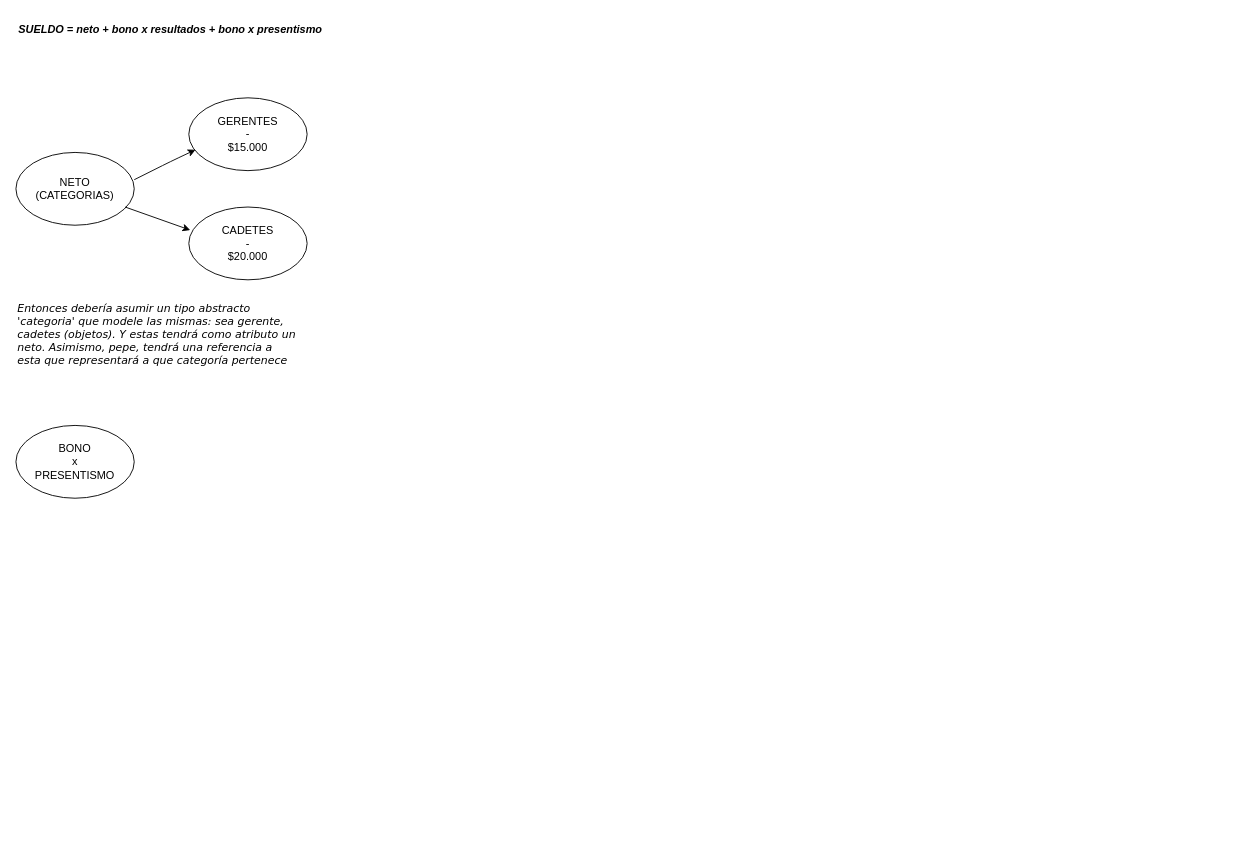
The draw.io diagram sratchpad.drawio in obj1unq/2025c2s2-sueldo-de-pepe-Mastzz, before the edit. Source tidied: cells renumbered, new cells numbered last; positions are measured from the earlier drawing's top-left corner, leaving out a move shared by most shapes. Both pictures are drawn from the tidied source at 91%, with x=0, y=0 at pixel (15, 15).
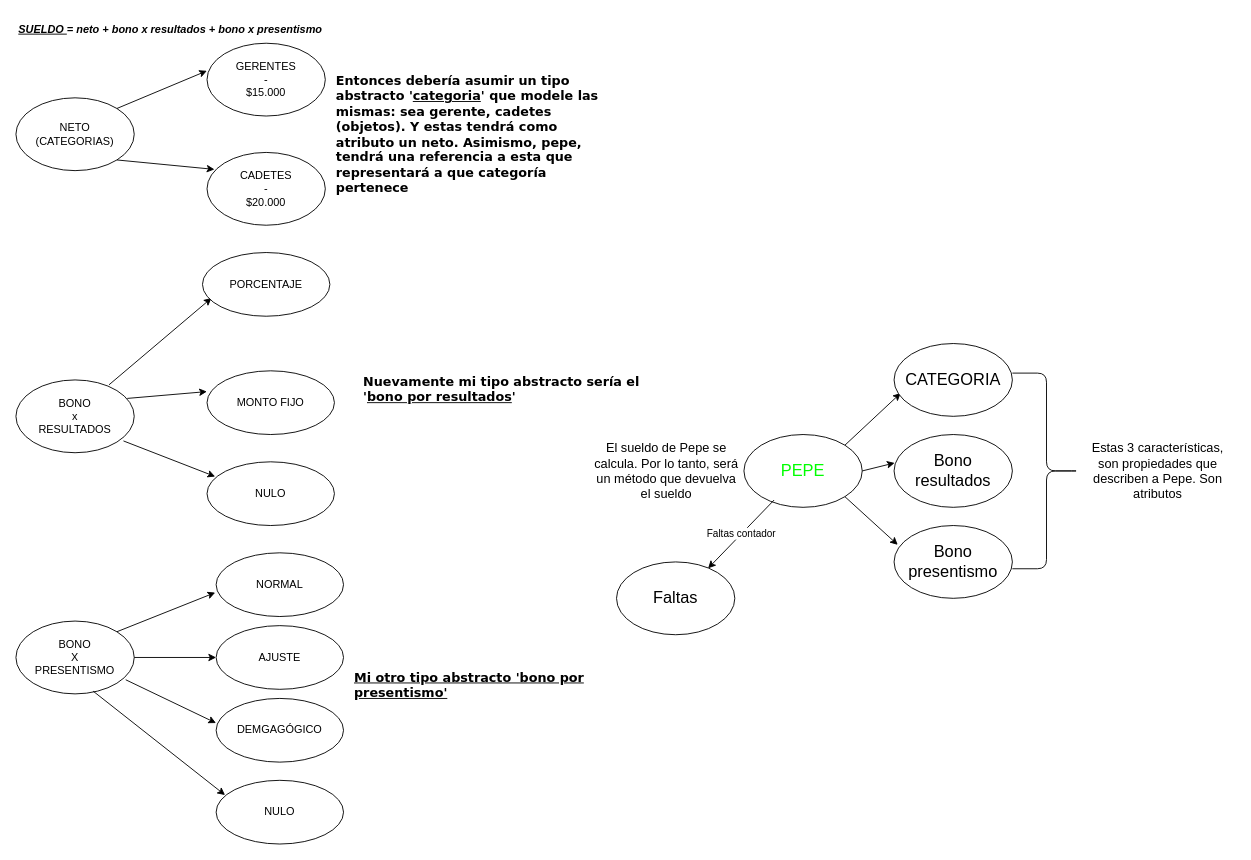
After the change.

Diff of the diagram source:
```diff
@@
-    <mxCell id="2" value="SUELDO = &lt;font style=&quot;color: light-dark(rgb(0, 0, 0), rgb(255, 51, 51));&quot;&gt;neto &lt;/font&gt;+ &lt;font style=&quot;&quot;&gt;&lt;font style=&quot;color: light-dark(rgb(0, 0, 0), rgb(0, 255, 0));&quot;&gt;bono &lt;/font&gt;&lt;font style=&quot;&quot;&gt;&lt;font style=&quot;color: light-dark(rgb(0, 0, 0), rgb(0, 255, 0));&quot;&gt;x&lt;/font&gt; &lt;/font&gt;&lt;/font&gt;&lt;font&gt;&lt;font style=&quot;color: light-dark(rgb(0, 0, 0), rgb(0, 255, 0));&quot;&gt;resultados&lt;/font&gt; &lt;/font&gt;+ bono x presentismo" style="text;align=center;html=1;verticalAlign=middle;whiteSpace=wrap;rounded=0;fontStyle=3;" parent="1" vertex="1">
+    <mxCell id="2" value="&lt;u&gt;SUELDO &lt;/u&gt;= &lt;font style=&quot;color: light-dark(rgb(0, 0, 0), rgb(255, 51, 51));&quot;&gt;neto &lt;/font&gt;+ &lt;font style=&quot;&quot;&gt;&lt;font style=&quot;color: light-dark(rgb(0, 0, 0), rgb(0, 255, 0));&quot;&gt;bono &lt;/font&gt;&lt;font style=&quot;&quot;&gt;&lt;font style=&quot;color: light-dark(rgb(0, 0, 0), rgb(0, 255, 0));&quot;&gt;x&lt;/font&gt; &lt;/font&gt;&lt;/font&gt;&lt;font&gt;&lt;font style=&quot;color: light-dark(rgb(0, 0, 0), rgb(0, 255, 0));&quot;&gt;resultados&lt;/font&gt; &lt;/font&gt;+ &lt;font style=&quot;color: light-dark(rgb(0, 0, 0), rgb(255, 255, 0));&quot;&gt;bono x presentismo&lt;/font&gt;" style="text;align=center;html=1;verticalAlign=middle;whiteSpace=wrap;rounded=0;fontStyle=3;" parent="1" vertex="1">
       <mxGeometry width="340" height="30" as="geometry" />
     </mxCell>
     <mxCell id="3" value="&lt;span&gt;&lt;font style=&quot;color: light-dark(rgb(0, 0, 0), rgb(255, 51, 51));&quot;&gt;NETO&lt;/font&gt;&lt;/span&gt;&lt;div style=&quot;scrollbar-color: rgb(75, 75, 75) rgb(27, 29, 30);&quot;&gt;&lt;font style=&quot;color: light-dark(rgb(0, 0, 0), rgb(255, 51, 51));&quot;&gt;(CATEGORIAS)&lt;/font&gt;&lt;/div&gt;" style="ellipse;whiteSpace=wrap;html=1;" parent="1" vertex="1">
-      <mxGeometry y="150" width="130" height="80" as="geometry" />
+      <mxGeometry y="90" width="130" height="80" as="geometry" />
     </mxCell>
-    <mxCell id="4" style="edgeStyle=none;jettySize=auto;html=1;entryX=0.057;entryY=0.713;entryDx=0;entryDy=0;entryPerimeter=0;" parent="1" edge="1" target="5">
-      <mxGeometry relative="1" as="geometry">
-        <mxPoint x="130" y="180" as="sourcePoint" />
-        <Array as="points">
-          <mxPoint x="170" y="160" />
-        </Array>
-      </mxGeometry>
-    </mxCell>
     <mxCell id="5" value="GERENTES&lt;div&gt;-&lt;/div&gt;&lt;div&gt;$15.000&lt;/div&gt;" style="ellipse;whiteSpace=wrap;html=1;" parent="1" vertex="1">
-      <mxGeometry x="190" y="90" width="130" height="80" as="geometry" />
+      <mxGeometry x="210" y="30" width="130" height="80" as="geometry" />
     </mxCell>
     <mxCell id="6" value="CADETES&lt;div&gt;-&lt;/div&gt;&lt;div&gt;$20.000&lt;/div&gt;" style="ellipse;whiteSpace=wrap;html=1;" parent="1" vertex="1">
-      <mxGeometry x="190" y="210" width="130" height="80" as="geometry" />
+      <mxGeometry x="210" y="150" width="130" height="80" as="geometry" />
     </mxCell>
-    <mxCell id="7" style="edgeStyle=none;jettySize=auto;html=1;entryX=0.012;entryY=0.317;entryDx=0;entryDy=0;entryPerimeter=0;" parent="1" edge="1" target="6">
-      <mxGeometry relative="1" as="geometry">
-        <mxPoint x="120" y="210" as="sourcePoint" />
-      </mxGeometry>
-    </mxCell>
-    <mxCell id="8" value="&lt;h4&gt;&lt;font face=&quot;Verdana&quot;&gt;&lt;i&gt;&lt;span style=&quot;font-weight: normal;&quot;&gt;Entonces debería asumir un tipo abstracto 'categoria' que modele las mismas: sea gerente, cadetes (objetos). Y estas tendrá como atributo un neto. Asimismo, pepe, tendrá una referencia a esta que representará a que categoría pertenece&lt;/span&gt;&lt;/i&gt;&lt;/font&gt;&lt;/h4&gt;" style="text;strokeColor=none;align=left;fillColor=none;html=1;verticalAlign=middle;whiteSpace=wrap;rounded=0;fontFamily=Verdana;fontSize=12;" parent="1" vertex="1">
-      <mxGeometry y="320" width="310" height="60" as="geometry" />
+    <mxCell id="8" value="&lt;h4&gt;&lt;font style=&quot;font-size: 14px;&quot; face=&quot;Verdana&quot;&gt;Entonces debería asumir un tipo abstracto '&lt;u&gt;categoria&lt;/u&gt;' que modele las mismas: sea gerente, cadetes (objetos). Y estas tendrá como atributo un neto. Asimismo, pepe, tendrá una referencia a esta que representará a que categoría pertenece&lt;/font&gt;&lt;/h4&gt;" style="text;strokeColor=none;align=left;fillColor=none;html=1;verticalAlign=middle;whiteSpace=wrap;rounded=0;fontFamily=Verdana;fontSize=12;" parent="1" vertex="1">
+      <mxGeometry x="350" y="100" width="310" height="60" as="geometry" />
     </mxCell>
-    <mxCell id="9" value="&lt;font style=&quot;color: light-dark(rgb(0, 0, 0), rgb(0, 255, 0));&quot;&gt;BONO&lt;/font&gt;&lt;div&gt;&lt;font style=&quot;color: light-dark(rgb(0, 0, 0), rgb(0, 255, 0));&quot;&gt;x&lt;/font&gt;&lt;/div&gt;&lt;div&gt;&lt;font style=&quot;color: light-dark(rgb(0, 0, 0), rgb(0, 255, 0));&quot;&gt;PRESENTISMO&lt;/font&gt;&lt;/div&gt;" style="ellipse;whiteSpace=wrap;html=1;" parent="1" vertex="1">
-      <mxGeometry y="450" width="130" height="80" as="geometry" />
+    <mxCell id="9" value="&lt;font style=&quot;color: light-dark(rgb(0, 0, 0), rgb(0, 255, 0));&quot;&gt;BONO&lt;/font&gt;&lt;div&gt;&lt;font style=&quot;color: light-dark(rgb(0, 0, 0), rgb(0, 255, 0));&quot;&gt;x&lt;/font&gt;&lt;/div&gt;&lt;div&gt;&lt;font style=&quot;color: light-dark(rgb(0, 0, 0), rgb(0, 255, 0));&quot;&gt;RESULTADOS&lt;/font&gt;&lt;/div&gt;" style="ellipse;whiteSpace=wrap;html=1;" parent="1" vertex="1">
+      <mxGeometry y="400" width="130" height="80" as="geometry" />
     </mxCell>
+    <mxCell id="10" style="edgeStyle=none;jettySize=auto;html=1;entryX=0.071;entryY=0.714;entryDx=0;entryDy=0;entryPerimeter=0;exitX=0.787;exitY=0.067;exitDx=0;exitDy=0;exitPerimeter=0;" parent="1" edge="1" source="9" target="11">
+      <mxGeometry relative="1" as="geometry" />
+    </mxCell>
+    <mxCell id="11" value="PORCENTAJE" style="ellipse;whiteSpace=wrap;html=1;" parent="1" vertex="1">
+      <mxGeometry x="205" y="260" width="140" height="70" as="geometry" />
+    </mxCell>
+    <mxCell id="12" value="MONTO FIJO" style="ellipse;whiteSpace=wrap;html=1;" parent="1" vertex="1">
+      <mxGeometry x="210" y="390" width="140" height="70" as="geometry" />
+    </mxCell>
+    <mxCell id="13" style="edgeStyle=none;jettySize=auto;html=1;entryX=-0.001;entryY=0.326;entryDx=0;entryDy=0;entryPerimeter=0;exitX=0.941;exitY=0.254;exitDx=0;exitDy=0;exitPerimeter=0;" parent="1" edge="1" source="9" target="12">
+      <mxGeometry relative="1" as="geometry" />
+    </mxCell>
+    <mxCell id="14" value="NULO" style="ellipse;whiteSpace=wrap;html=1;" parent="1" vertex="1">
+      <mxGeometry x="210" y="490" width="140" height="70" as="geometry" />
+    </mxCell>
+    <mxCell id="15" style="edgeStyle=none;jettySize=auto;html=1;exitX=0.909;exitY=0.838;exitDx=0;exitDy=0;exitPerimeter=0;entryX=0.064;entryY=0.231;entryDx=0;entryDy=0;entryPerimeter=0;" parent="1" edge="1" source="9" target="14">
+      <mxGeometry relative="1" as="geometry" />
+    </mxCell>
+    <mxCell id="16" style="edgeStyle=none;jettySize=auto;html=1;entryX=-0.001;entryY=0.379;entryDx=0;entryDy=0;entryPerimeter=0;exitX=1;exitY=0;exitDx=0;exitDy=0;" parent="1" edge="1" source="3" target="5">
+      <mxGeometry relative="1" as="geometry" />
+    </mxCell>
+    <mxCell id="17" style="edgeStyle=none;jettySize=auto;html=1;entryX=0.063;entryY=0.233;entryDx=0;entryDy=0;entryPerimeter=0;exitX=1;exitY=1;exitDx=0;exitDy=0;" parent="1" edge="1" source="3" target="6">
+      <mxGeometry relative="1" as="geometry" />
+    </mxCell>
+    <mxCell id="18" value="&lt;h4&gt;&lt;span style=&quot;font-size: 14px;&quot;&gt;Nuevamente mi tipo abstracto sería el '&lt;u&gt;bono por resultados&lt;/u&gt;'&lt;/span&gt;&lt;/h4&gt;" style="text;strokeColor=none;align=left;fillColor=none;html=1;verticalAlign=middle;whiteSpace=wrap;rounded=0;fontFamily=Verdana;fontSize=12;" parent="1" vertex="1">
+      <mxGeometry x="380" y="380" width="310" height="60" as="geometry" />
+    </mxCell>
+    <mxCell id="19" value="&lt;font style=&quot;color: light-dark(rgb(0, 255, 0), rgb(255, 255, 255)); font-size: 18px;&quot;&gt;PEPE&lt;/font&gt;" style="ellipse;whiteSpace=wrap;html=1;" parent="1" vertex="1">
+      <mxGeometry x="800" y="460" width="130" height="80" as="geometry" />
+    </mxCell>
+    <mxCell id="20" style="edgeStyle=none;jettySize=auto;html=1;exitX=1;exitY=0;exitDx=0;exitDy=0;entryX=0.056;entryY=0.681;entryDx=0;entryDy=0;entryPerimeter=0;" parent="1" edge="1" source="19" target="21">
+      <mxGeometry relative="1" as="geometry" />
+    </mxCell>
+    <mxCell id="21" value="&lt;span style=&quot;font-size: 18px;&quot;&gt;&lt;font style=&quot;color: light-dark(rgb(0, 0, 0), rgb(255, 51, 51));&quot;&gt;CATEGORIA&lt;/font&gt;&lt;/span&gt;" style="ellipse;whiteSpace=wrap;html=1;" parent="1" vertex="1">
+      <mxGeometry x="965" y="360" width="130" height="80" as="geometry" />
+    </mxCell>
+    <mxCell id="22" value="&lt;font style=&quot;font-size: 14px;&quot;&gt;El sueldo de Pepe se calcula. Por lo tanto, será un método que devuelva el sueldo&lt;/font&gt;" style="text;strokeColor=none;align=center;fillColor=none;html=1;verticalAlign=middle;whiteSpace=wrap;rounded=0;" parent="1" vertex="1">
+      <mxGeometry x="630" y="485" width="170" height="30" as="geometry" />
+    </mxCell>
+    <mxCell id="23" value="&lt;span style=&quot;font-size: 18px;&quot;&gt;&lt;font style=&quot;color: light-dark(rgb(0, 0, 0), rgb(0, 255, 0));&quot;&gt;Bono resultados&lt;/font&gt;&lt;/span&gt;" style="ellipse;whiteSpace=wrap;html=1;" parent="1" vertex="1">
+      <mxGeometry x="965" y="460" width="130" height="80" as="geometry" />
+    </mxCell>
+    <mxCell id="24" value="&lt;span style=&quot;font-size: 18px;&quot;&gt;Bono presentismo&lt;/span&gt;" style="ellipse;whiteSpace=wrap;html=1;" parent="1" vertex="1">
+      <mxGeometry x="965" y="560" width="130" height="80" as="geometry" />
+    </mxCell>
+    <mxCell id="25" style="edgeStyle=none;jettySize=auto;html=1;exitX=1;exitY=0.5;exitDx=0;exitDy=0;entryX=0.005;entryY=0.39;entryDx=0;entryDy=0;entryPerimeter=0;" parent="1" edge="1" source="19" target="23">
+      <mxGeometry relative="1" as="geometry" />
+    </mxCell>
+    <mxCell id="26" style="edgeStyle=none;jettySize=auto;html=1;exitX=1;exitY=1;exitDx=0;exitDy=0;entryX=0.031;entryY=0.265;entryDx=0;entryDy=0;entryPerimeter=0;" parent="1" edge="1" source="19" target="24">
+      <mxGeometry relative="1" as="geometry" />
+    </mxCell>
+    <mxCell id="27" style="shape=curlyBracket;whiteSpace=wrap;html=1;rounded=1;flipH=1;labelPosition=right;verticalLabelPosition=middle;align=left;verticalAlign=middle;size=0.5;" parent="1" vertex="1">
+      <mxGeometry x="1095" y="392.5" width="75" height="215" as="geometry" />
+    </mxCell>
+    <mxCell id="28" value="&lt;font style=&quot;font-size: 14px;&quot;&gt;Estas 3 características, son propiedades que describen a Pepe. Son atributos&lt;/font&gt;" style="text;strokeColor=none;align=center;fillColor=none;html=1;verticalAlign=middle;whiteSpace=wrap;rounded=0;" parent="1" vertex="1">
+      <mxGeometry x="1170" y="485" width="170" height="30" as="geometry" />
+    </mxCell>
+    <mxCell id="29" value="Faltas contador" style="edgeStyle=none;jettySize=auto;html=1;exitX=0.255;exitY=0.9;exitDx=0;exitDy=0;exitPerimeter=0;entryX=0.774;entryY=0.088;entryDx=0;entryDy=0;entryPerimeter=0;" parent="1" edge="1" source="19" target="30">
+      <mxGeometry relative="1" as="geometry" />
+    </mxCell>
+    <mxCell id="30" value="&lt;span style=&quot;font-size: 18px;&quot;&gt;Faltas&lt;/span&gt;" style="ellipse;whiteSpace=wrap;html=1;" parent="1" vertex="1">
+      <mxGeometry x="660" y="600" width="130" height="80" as="geometry" />
+    </mxCell>
+    <mxCell id="31" value="&lt;font style=&quot;color: light-dark(rgb(0, 0, 0), rgb(255, 255, 0));&quot;&gt;BONO&lt;/font&gt;&lt;div&gt;&lt;font style=&quot;color: light-dark(rgb(0, 0, 0), rgb(255, 255, 0));&quot;&gt;X&lt;/font&gt;&lt;/div&gt;&lt;div&gt;&lt;font style=&quot;color: light-dark(rgb(0, 0, 0), rgb(255, 255, 0));&quot;&gt;PRESENTISMO&lt;/font&gt;&lt;/div&gt;" style="ellipse;whiteSpace=wrap;html=1;" parent="1" vertex="1">
+      <mxGeometry y="665" width="130" height="80" as="geometry" />
+    </mxCell>
+    <mxCell id="32" style="edgeStyle=none;jettySize=auto;html=1;exitX=1;exitY=0;exitDx=0;exitDy=0;entryX=-0.007;entryY=0.624;entryDx=0;entryDy=0;entryPerimeter=0;" parent="1" edge="1" source="31" target="38">
+      <mxGeometry relative="1" as="geometry" />
+    </mxCell>
+    <mxCell id="33" style="edgeStyle=none;jettySize=auto;html=1;exitX=0.928;exitY=0.806;exitDx=0;exitDy=0;exitPerimeter=0;entryX=-0.001;entryY=0.386;entryDx=0;entryDy=0;entryPerimeter=0;" parent="1" edge="1" source="31" target="36">
+      <mxGeometry relative="1" as="geometry" />
+    </mxCell>
+    <mxCell id="34" style="edgeStyle=none;jettySize=auto;html=1;exitX=0.653;exitY=0.963;exitDx=0;exitDy=0;entryX=0.07;entryY=0.231;entryDx=0;entryDy=0;entryPerimeter=0;exitPerimeter=0;" parent="1" edge="1" source="31" target="35">
+      <mxGeometry relative="1" as="geometry" />
+    </mxCell>
+    <mxCell id="35" value="NULO" style="ellipse;whiteSpace=wrap;html=1;" parent="1" vertex="1">
+      <mxGeometry x="220" y="840" width="140" height="70" as="geometry" />
+    </mxCell>
+    <mxCell id="36" value="DEMGAGÓGICO" style="ellipse;whiteSpace=wrap;html=1;" parent="1" vertex="1">
+      <mxGeometry x="220" y="750" width="140" height="70" as="geometry" />
+    </mxCell>
+    <mxCell id="37" value="AJUSTE" style="ellipse;whiteSpace=wrap;html=1;" parent="1" vertex="1">
+      <mxGeometry x="220" y="670" width="140" height="70" as="geometry" />
+    </mxCell>
+    <mxCell id="38" value="NORMAL" style="ellipse;whiteSpace=wrap;html=1;" parent="1" vertex="1">
+      <mxGeometry x="220" y="590" width="140" height="70" as="geometry" />
+    </mxCell>
+    <mxCell id="39" style="edgeStyle=none;jettySize=auto;html=1;exitX=1;exitY=0.5;exitDx=0;exitDy=0;entryX=0;entryY=0.5;entryDx=0;entryDy=0;" parent="1" edge="1" source="31" target="37">
+      <mxGeometry relative="1" as="geometry" />
+    </mxCell>
+    <mxCell id="40" value="&lt;h4&gt;&lt;span style=&quot;font-size: 14px;&quot;&gt;&lt;u&gt;Mi otro tipo abstracto 'bono por presentismo'&lt;/u&gt;&lt;/span&gt;&lt;/h4&gt;" style="text;strokeColor=none;align=left;fillColor=none;html=1;verticalAlign=middle;whiteSpace=wrap;rounded=0;fontFamily=Verdana;fontSize=12;" parent="1" vertex="1">
+      <mxGeometry x="370" y="710" width="260" height="50" as="geometry" />
+    </mxCell>
```
